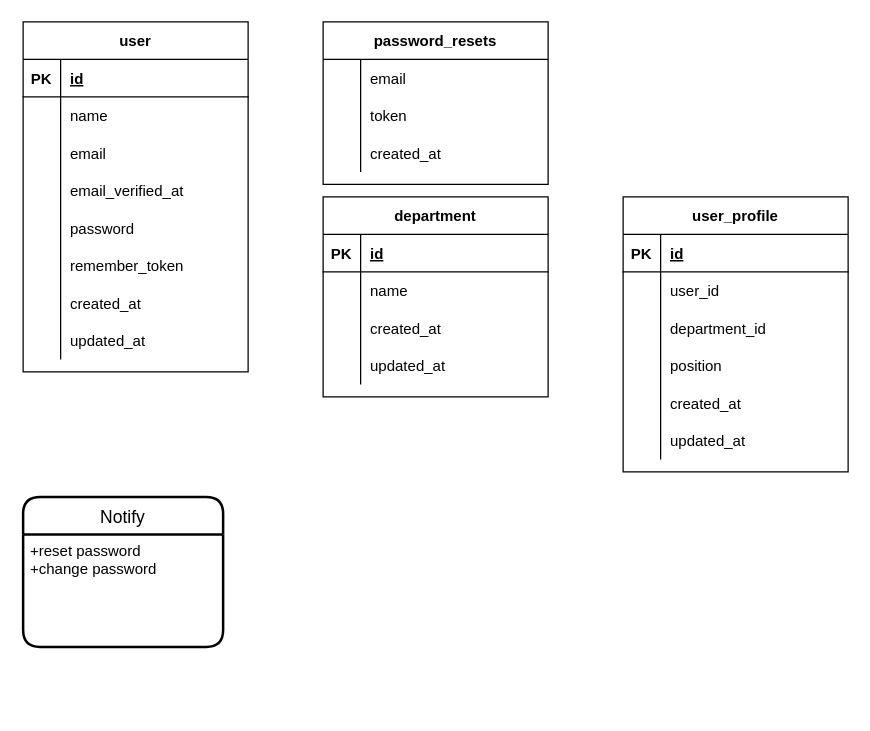
Earlier version of the draw.io diagram page "User" (1 of 3) of Eva.drawio (gumpon/evatest). Source tidied: cells renumbered, new cells numbered last; positions are measured from the earlier drawing's top-left corner, leaving out a move shared by most shapes. Both pictures are drawn from the tidied source at 125%, with x=0, y=0 at pixel (22, 21).
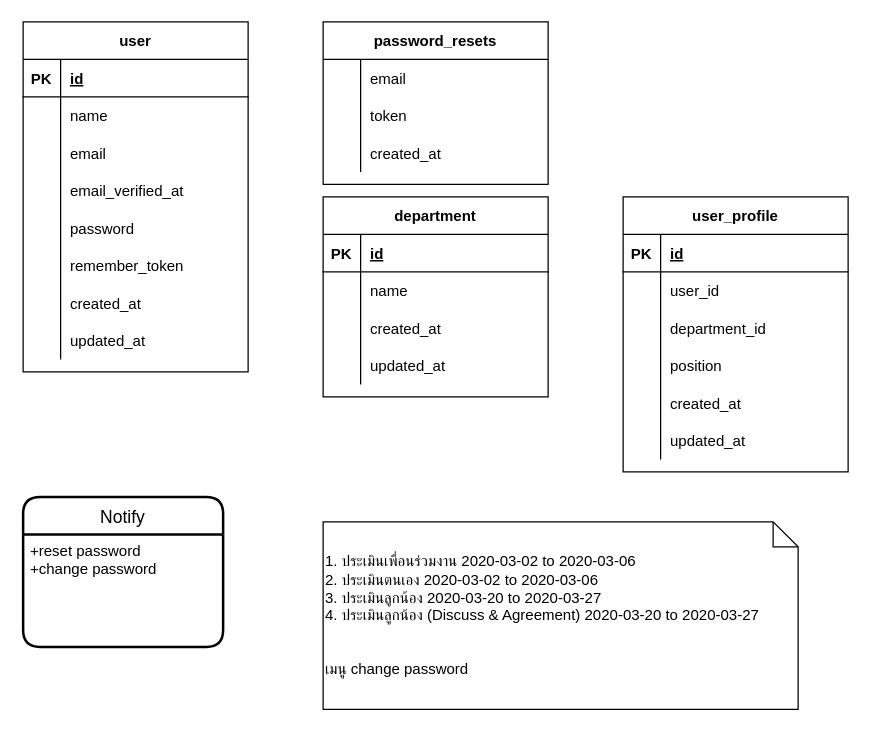
After the change.

The edit, as a diff of the source:
```diff
@@
+    <mxCell id="71" value="&lt;div&gt;1. ประเมินเพื่อนร่วมงาน&lt;span&gt; &lt;/span&gt;2020-03-02 to 2020-03-06&lt;span&gt; &lt;/span&gt;&lt;/div&gt;&lt;div&gt;2. ประเมินตนเอง&lt;span&gt; &lt;/span&gt;2020-03-02 to 2020-03-06&lt;span&gt; &lt;/span&gt;&lt;/div&gt;&lt;div&gt;3. ประเมินลูกน้อง&lt;span&gt; &lt;/span&gt;2020-03-20 to 2020-03-27&lt;span&gt; &lt;/span&gt;&lt;/div&gt;&lt;div&gt;4. ประเมินลูกน้อง (Discuss &amp;amp; Agreement)&lt;span&gt; &lt;/span&gt;2020-03-20 to 2020-03-27&lt;/div&gt;&lt;div&gt;&lt;br&gt;&lt;/div&gt;&lt;div&gt;&lt;br&gt;&lt;/div&gt;&lt;div&gt;เมนู change password&lt;/div&gt;" style="shape=note;size=20;whiteSpace=wrap;html=1;align=left;" parent="1" vertex="1">
+      <mxGeometry x="240" y="400" width="380" height="150" as="geometry" />
+    </mxCell>
```
